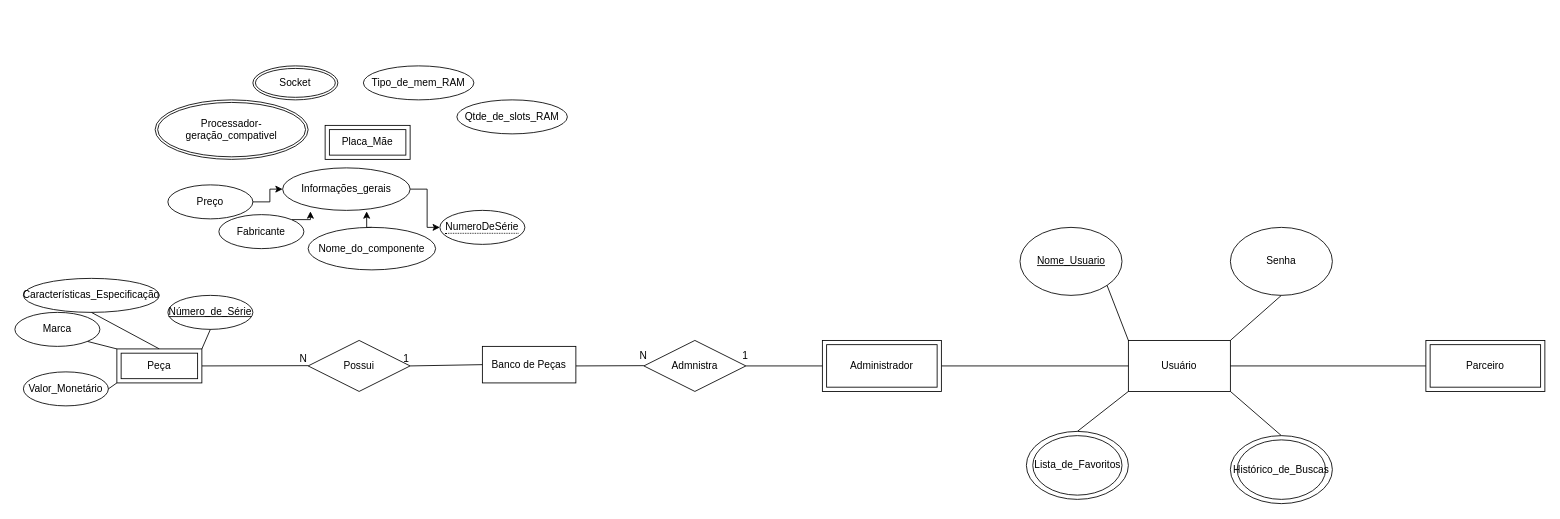
Before: Diagramas/DiagramaMER.drawio in Mateus-Fernandes-Barbosa/EngenhariaDeSoftware, a draw.io diagram. Source tidied: cells renumbered, new cells numbered last; positions are measured from the earlier drawing's top-left corner, leaving out a move shared by most shapes. Both pictures are drawn from the tidied source at 85%, with x=0, y=0 at pixel (14, 65).
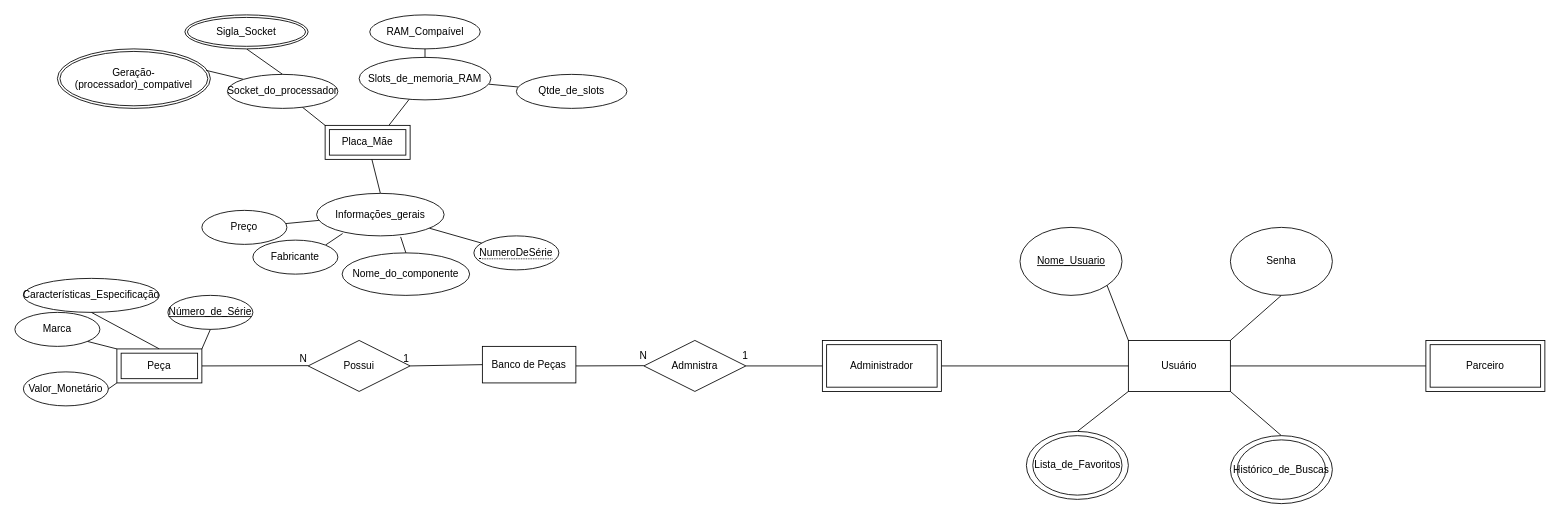
The same diagram, later.

The change refers to these unchanged cells:
```xml
<mxCell id="23" value="Placa_Mãe" style="shape=ext;margin=3;double=1;whiteSpace=wrap;html=1;align=center;" parent="1" vertex="1">
  <mxGeometry x="365" y="70" width="100" height="40" as="geometry" />
</mxCell>
```

What changed in the source:
```diff
@@
+    <mxCell id="51" style="rounded=0;jettySize=auto;html=1;exitX=0;exitY=0;exitDx=0;exitDy=0;endArrow=none;endFill=0;" parent="1" edge="1" source="23" target="59">
+      <mxGeometry relative="1" as="geometry" />
+    </mxCell>
+    <mxCell id="52" style="rounded=0;jettySize=auto;html=1;exitX=0.75;exitY=0;exitDx=0;exitDy=0;endArrow=none;endFill=0;" parent="1" edge="1" source="23" target="57">
+      <mxGeometry relative="1" as="geometry" />
+    </mxCell>
@@
     <mxCell id="25" value="&lt;span style=&quot;border-bottom: 1px dotted&quot;&gt;NumeroDeSérie&lt;/span&gt;" style="ellipse;whiteSpace=wrap;html=1;align=center;" parent="1" vertex="1">
-      <mxGeometry x="500" y="170" width="100" height="40" as="geometry" />
+      <mxGeometry x="540" y="200" width="100" height="40" as="geometry" />
     </mxCell>
@@
-    <mxCell id="28" value="Tipo_de_mem_RAM" style="ellipse;whiteSpace=wrap;html=1;align=center;" parent="1" vertex="1">
-      <mxGeometry x="410" width="130" height="40" as="geometry" />
+    <mxCell id="28" value="RAM_Compaível" style="ellipse;whiteSpace=wrap;html=1;align=center;" parent="1" vertex="1">
+      <mxGeometry x="417.5" y="-60" width="130" height="40" as="geometry" />
     </mxCell>
@@
+    <mxCell id="53" style="rounded=0;jettySize=auto;html=1;exitX=0.5;exitY=1;exitDx=0;exitDy=0;entryX=0.5;entryY=0;entryDx=0;entryDy=0;endArrow=none;endFill=0;" parent="1" edge="1" source="31" target="59">
+      <mxGeometry relative="1" as="geometry" />
+    </mxCell>
-    <mxCell id="31" value="Socket" style="ellipse;shape=doubleEllipse;margin=3;whiteSpace=wrap;html=1;align=center;" parent="1" vertex="1">
-      <mxGeometry x="280" width="100" height="40" as="geometry" />
+    <mxCell id="31" value="Sigla_Socket" style="ellipse;shape=doubleEllipse;margin=3;whiteSpace=wrap;html=1;align=center;" parent="1" vertex="1">
+      <mxGeometry x="200" y="-60" width="145" height="40" as="geometry" />
     </mxCell>
@@
-    <mxCell id="33" style="edgeStyle=orthogonalEdgeStyle;rounded=0;jettySize=auto;html=1;" parent="1" edge="1" source="34" target="50">
+    <mxCell id="33" style="rounded=0;jettySize=auto;html=1;endArrow=none;endFill=0;" parent="1" edge="1" source="34" target="50">
       <mxGeometry relative="1" as="geometry" />
     </mxCell>
     <mxCell id="34" value="Preço" style="ellipse;whiteSpace=wrap;html=1;align=center;" parent="1" vertex="1">
-      <mxGeometry x="180" y="140" width="100" height="40" as="geometry" />
+      <mxGeometry x="220" y="170" width="100" height="40" as="geometry" />
     </mxCell>
@@
-    <mxCell id="43" style="edgeStyle=orthogonalEdgeStyle;rounded=0;jettySize=auto;html=1;exitX=1;exitY=0;exitDx=0;exitDy=0;entryX=0.218;entryY=1.024;entryDx=0;entryDy=0;entryPerimeter=0;" parent="1" edge="1" source="44" target="50">
+    <mxCell id="43" style="rounded=0;jettySize=auto;html=1;exitX=1;exitY=0;exitDx=0;exitDy=0;entryX=0.204;entryY=0.945;entryDx=0;entryDy=0;entryPerimeter=0;endArrow=none;endFill=0;" parent="1" edge="1" source="44" target="50">
       <mxGeometry relative="1" as="geometry" />
     </mxCell>
     <mxCell id="44" value="Fabricante" style="ellipse;whiteSpace=wrap;html=1;align=center;" parent="1" vertex="1">
-      <mxGeometry x="240" y="175" width="100" height="40" as="geometry" />
+      <mxGeometry x="280" y="205" width="100" height="40" as="geometry" />
     </mxCell>
-    <mxCell id="45" value="Processador-geração_compativel" style="ellipse;shape=doubleEllipse;margin=3;whiteSpace=wrap;html=1;align=center;" parent="1" vertex="1">
-      <mxGeometry x="165" y="40" width="180" height="70" as="geometry" />
+    <mxCell id="45" value="Geração-(processador)_compativel" style="ellipse;shape=doubleEllipse;margin=3;whiteSpace=wrap;html=1;align=center;" parent="1" vertex="1">
+      <mxGeometry x="50" y="-20" width="180" height="70" as="geometry" />
     </mxCell>
-    <mxCell id="46" style="edgeStyle=orthogonalEdgeStyle;rounded=0;jettySize=auto;html=1;exitX=0.5;exitY=0;exitDx=0;exitDy=0;entryX=0.659;entryY=1.024;entryDx=0;entryDy=0;entryPerimeter=0;" parent="1" edge="1" source="47" target="50">
+    <mxCell id="46" style="rounded=0;jettySize=auto;html=1;exitX=0.5;exitY=0;exitDx=0;exitDy=0;entryX=0.659;entryY=1.024;entryDx=0;entryDy=0;entryPerimeter=0;endArrow=none;endFill=0;" parent="1" edge="1" source="47" target="50">
       <mxGeometry relative="1" as="geometry" />
     </mxCell>
     <mxCell id="47" value="Nome_do_componente" style="ellipse;whiteSpace=wrap;html=1;align=center;" parent="1" vertex="1">
-      <mxGeometry x="345" y="190" width="150" height="50" as="geometry" />
+      <mxGeometry x="385" y="220" width="150" height="50" as="geometry" />
     </mxCell>
+    <mxCell id="54" style="rounded=0;jettySize=auto;html=1;endArrow=none;endFill=0;" parent="1" edge="1" source="48" target="57">
+      <mxGeometry relative="1" as="geometry" />
+    </mxCell>
-    <mxCell id="48" value="Qtde_de_slots_RAM" style="ellipse;whiteSpace=wrap;html=1;align=center;" parent="1" vertex="1">
-      <mxGeometry x="520" y="40" width="130" height="40" as="geometry" />
+    <mxCell id="48" value="Qtde_de_slots" style="ellipse;whiteSpace=wrap;html=1;align=center;" parent="1" vertex="1">
+      <mxGeometry x="590" y="10" width="130" height="40" as="geometry" />
     </mxCell>
-    <mxCell id="49" style="edgeStyle=orthogonalEdgeStyle;rounded=0;jettySize=auto;html=1;" parent="1" edge="1" source="50" target="25">
+    <mxCell id="49" style="rounded=0;jettySize=auto;html=1;endArrow=none;endFill=0;" parent="1" edge="1" source="50" target="25">
       <mxGeometry relative="1" as="geometry" />
     </mxCell>
+    <mxCell id="55" style="rounded=0;jettySize=auto;html=1;exitX=0.5;exitY=0;exitDx=0;exitDy=0;endArrow=none;endFill=0;" parent="1" edge="1" source="50" target="23">
+      <mxGeometry relative="1" as="geometry" />
+    </mxCell>
     <mxCell id="50" value="Informações_gerais" style="ellipse;whiteSpace=wrap;html=1;align=center;" parent="1" vertex="1">
-      <mxGeometry x="315" y="120" width="150" height="50" as="geometry" />
+      <mxGeometry x="355" y="150" width="150" height="50" as="geometry" />
     </mxCell>
+    <mxCell id="56" style="rounded=0;jettySize=auto;html=1;endArrow=none;endFill=0;" parent="1" edge="1" source="57" target="28">
+      <mxGeometry relative="1" as="geometry" />
+    </mxCell>
+    <mxCell id="57" value="Slots_de_memoria_RAM" style="ellipse;whiteSpace=wrap;html=1;" parent="1" vertex="1">
+      <mxGeometry x="405" y="-10" width="155" height="50" as="geometry" />
+    </mxCell>
+    <mxCell id="58" style="rounded=0;jettySize=auto;html=1;exitX=0;exitY=0;exitDx=0;exitDy=0;entryX=0.972;entryY=0.361;entryDx=0;entryDy=0;entryPerimeter=0;endArrow=none;endFill=0;" parent="1" edge="1" source="59" target="45">
+      <mxGeometry relative="1" as="geometry" />
+    </mxCell>
+    <mxCell id="59" value="Socket_do_processador" style="ellipse;whiteSpace=wrap;html=1;align=center;" parent="1" vertex="1">
+      <mxGeometry x="250" y="10" width="130" height="40" as="geometry" />
+    </mxCell>
```
